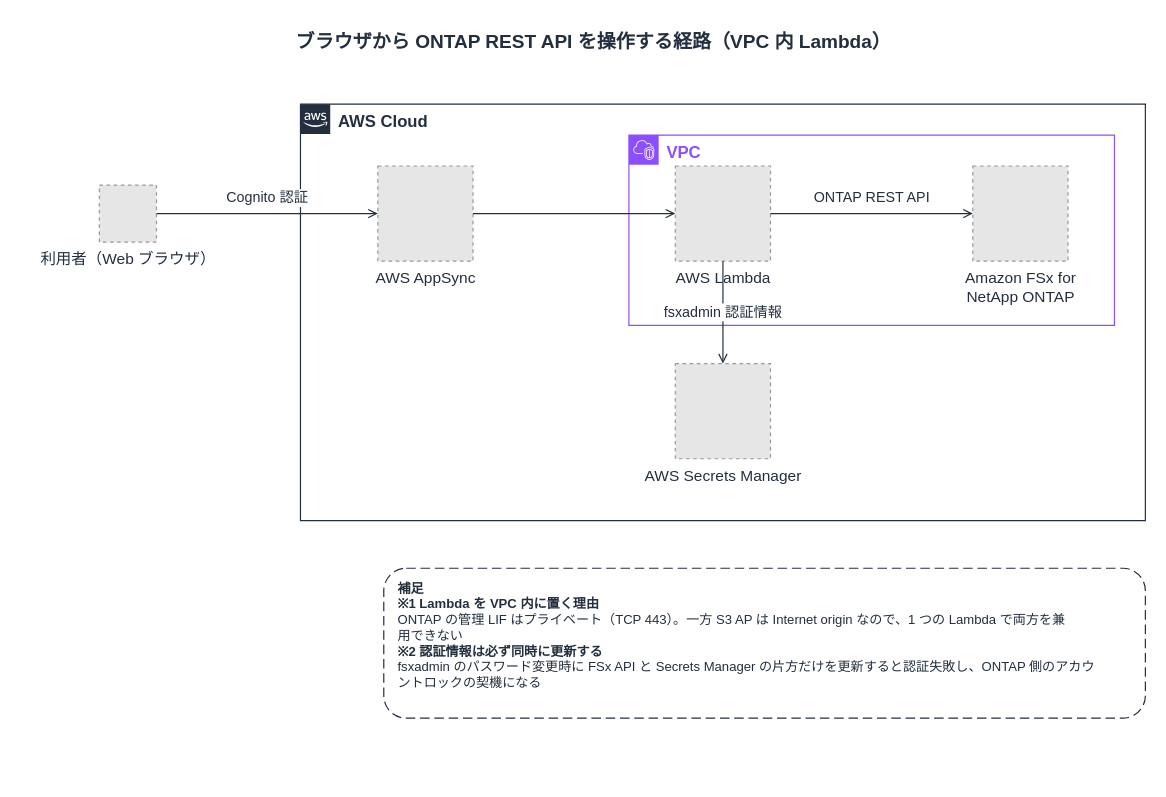
The draw.io diagram docs/diagrams/part2-ontap-rest-api-path.drawio in Yoshiki0705/FSx-for-ONTAP-S3AccessPoints-Serverless-Patterns, before the edit. Source tidied: cells renumbered, new cells numbered last; positions are measured from the earlier drawing's top-left corner, leaving out a move shared by most shapes. Both pictures are drawn from the tidied source at 119%, with x=0, y=0 at pixel (40, 20). Pictures stored in the file or linked from it are replaced by grey dashed boxes.
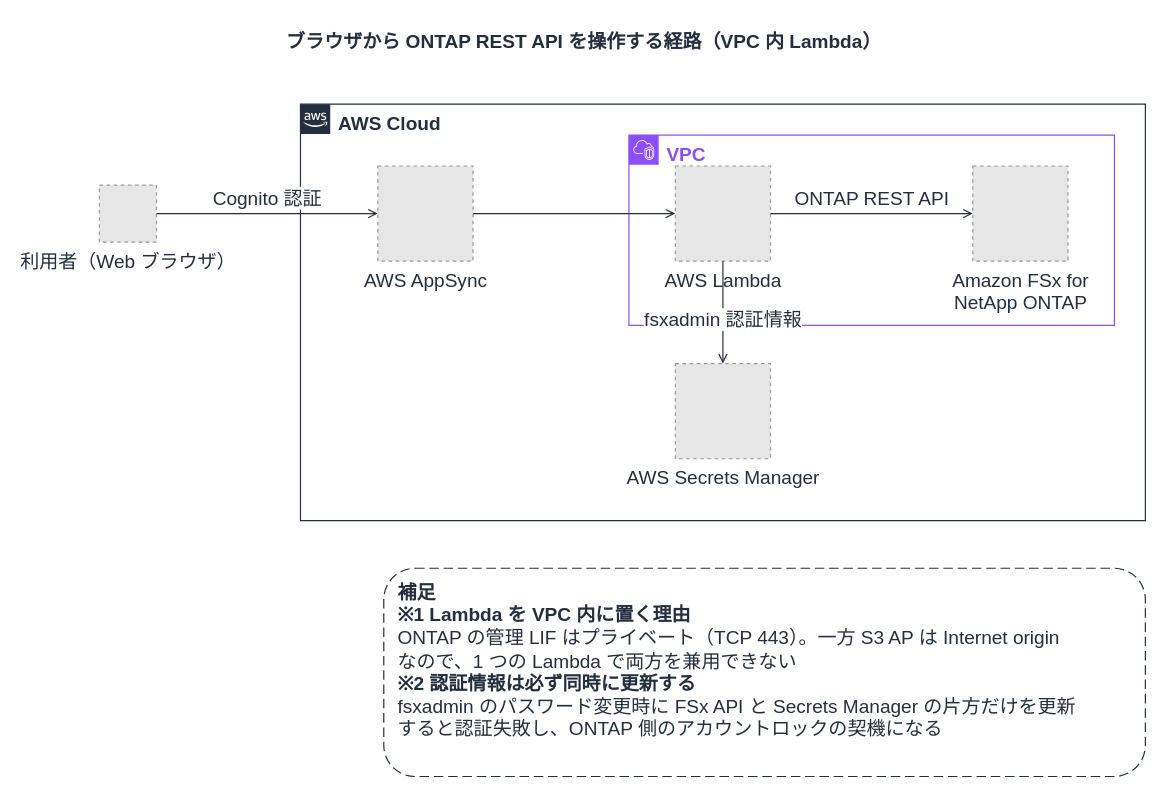
The same diagram, later.

The edit, as a diff of the source:
```diff
@@
 <mxGraphModel background="#FFFFFF">
   <root>
     <mxCell id="0" />
     <mxCell id="1" parent="0" />
     <mxCell id="2" value="ブラウザから ONTAP REST API を操作する経路（VPC 内 Lambda）" style="text;html=1;align=center;verticalAlign=middle;fontSize=16;fontStyle=1;fontColor=#232F3E;" parent="1" vertex="1">
-      <mxGeometry width="928" height="34" as="geometry" />
+      <mxGeometry x="-17" width="945" height="34" as="geometry" />
     </mxCell>
-    <mxCell id="3" value="AWS Cloud" style="gradientColor=none;html=1;whiteSpace=wrap;fontSize=14;fontStyle=1;shape=mxgraph.aws4.group;grIcon=mxgraph.aws4.group_aws_cloud_alt;strokeColor=#232F3E;fillColor=none;verticalAlign=top;align=left;spacingLeft=30;fontColor=#232F3E;dashed=0;" parent="1" vertex="1">
+    <mxCell id="3" value="AWS Cloud" style="gradientColor=none;html=1;whiteSpace=wrap;fontSize=16;fontStyle=1;shape=mxgraph.aws4.group;grIcon=mxgraph.aws4.group_aws_cloud_alt;strokeColor=#232F3E;fillColor=none;verticalAlign=top;align=left;spacingLeft=30;fontColor=#232F3E;dashed=0;" parent="1" vertex="1">
       <mxGeometry x="218" y="70" width="710" height="350" as="geometry" />
     </mxCell>
-    <mxCell id="4" value="VPC" style="gradientColor=none;html=1;whiteSpace=wrap;fontSize=14;fontStyle=1;shape=mxgraph.aws4.group;grIcon=mxgraph.aws4.group_vpc2;strokeColor=#8C4FFF;fillColor=none;verticalAlign=top;align=left;spacingLeft=30;fontColor=#8C4FFF;dashed=0;" parent="1" vertex="1">
+    <mxCell id="4" value="VPC" style="gradientColor=none;html=1;whiteSpace=wrap;fontSize=16;fontStyle=1;shape=mxgraph.aws4.group;grIcon=mxgraph.aws4.group_vpc2;strokeColor=#8C4FFF;fillColor=none;verticalAlign=top;align=left;spacingLeft=30;fontColor=#8C4FFF;dashed=0;" parent="1" vertex="1">
       <mxGeometry x="494" y="96" width="408" height="160" as="geometry" />
     </mxCell>
-    <mxCell id="5" value="利用者（Web ブラウザ）" style="fillColor=#E6E6E6;strokeColor=#999999;dashed=1;html=1;verticalLabelPosition=bottom;verticalAlign=top;labelPosition=center;align=center;fontSize=13;fontColor=#232F3E;" parent="1" vertex="1">
+    <mxCell id="5" value="利用者（Web ブラウザ）" style="fillColor=#E6E6E6;strokeColor=#999999;dashed=1;html=1;verticalLabelPosition=bottom;verticalAlign=top;labelPosition=center;align=center;fontSize=16;fontColor=#232F3E;" parent="1" vertex="1">
       <mxGeometry x="49" y="138" width="48" height="48" as="geometry" />
     </mxCell>
-    <mxCell id="6" value="AWS AppSync" style="fillColor=#E6E6E6;strokeColor=#999999;dashed=1;html=1;verticalLabelPosition=bottom;verticalAlign=top;labelPosition=center;align=center;fontSize=13;fontColor=#232F3E;" parent="1" vertex="1">
+    <mxCell id="6" value="AWS AppSync" style="fillColor=#E6E6E6;strokeColor=#999999;dashed=1;html=1;verticalLabelPosition=bottom;verticalAlign=top;labelPosition=center;align=center;fontSize=16;fontColor=#232F3E;" parent="1" vertex="1">
       <mxGeometry x="283" y="122" width="80" height="80" as="geometry" />
     </mxCell>
-    <mxCell id="7" value="AWS Lambda" style="fillColor=#E6E6E6;strokeColor=#999999;dashed=1;html=1;verticalLabelPosition=bottom;verticalAlign=top;labelPosition=center;align=center;fontSize=13;fontColor=#232F3E;" parent="1" vertex="1">
+    <mxCell id="7" value="AWS Lambda" style="fillColor=#E6E6E6;strokeColor=#999999;dashed=1;html=1;verticalLabelPosition=bottom;verticalAlign=top;labelPosition=center;align=center;fontSize=16;fontColor=#232F3E;" parent="1" vertex="1">
       <mxGeometry x="533" y="122" width="80" height="80" as="geometry" />
     </mxCell>
-    <mxCell id="8" value="AWS Secrets Manager" style="fillColor=#E6E6E6;strokeColor=#999999;dashed=1;html=1;verticalLabelPosition=bottom;verticalAlign=top;labelPosition=center;align=center;fontSize=13;fontColor=#232F3E;" parent="1" vertex="1">
+    <mxCell id="8" value="AWS Secrets Manager" style="fillColor=#E6E6E6;strokeColor=#999999;dashed=1;html=1;verticalLabelPosition=bottom;verticalAlign=top;labelPosition=center;align=center;fontSize=16;fontColor=#232F3E;" parent="1" vertex="1">
       <mxGeometry x="533" y="288" width="80" height="80" as="geometry" />
     </mxCell>
-    <mxCell id="9" value="Amazon FSx for&lt;br&gt;NetApp ONTAP" style="fillColor=#E6E6E6;strokeColor=#999999;dashed=1;html=1;verticalLabelPosition=bottom;verticalAlign=top;labelPosition=center;align=center;fontSize=13;fontColor=#232F3E;" parent="1" vertex="1">
+    <mxCell id="9" value="Amazon FSx for&lt;br&gt;NetApp ONTAP" style="fillColor=#E6E6E6;strokeColor=#999999;dashed=1;html=1;verticalLabelPosition=bottom;verticalAlign=top;labelPosition=center;align=center;fontSize=16;fontColor=#232F3E;" parent="1" vertex="1">
       <mxGeometry x="783" y="122" width="80" height="80" as="geometry" />
     </mxCell>
-    <mxCell id="10" value="Cognito 認証" style="edgeStyle=orthogonalEdgeStyle;rounded=0;jettySize=auto;html=1;endArrow=open;endFill=0;strokeColor=#232F3E;strokeWidth=1;fontSize=12;fontColor=#232F3E;labelBackgroundColor=#ffffff;" parent="1" edge="1" source="5" target="6">
+    <mxCell id="10" value="Cognito 認証" style="edgeStyle=orthogonalEdgeStyle;rounded=0;jettySize=auto;html=1;endArrow=open;endFill=0;strokeColor=#232F3E;strokeWidth=1;fontSize=16;fontColor=#232F3E;labelBackgroundColor=#ffffff;" parent="1" edge="1" source="5" target="6">
       <mxGeometry relative="1" as="geometry">
         <mxPoint y="-13" as="offset" />
       </mxGeometry>
     </mxCell>
-    <mxCell id="11" style="edgeStyle=orthogonalEdgeStyle;rounded=0;jettySize=auto;html=1;endArrow=open;endFill=0;strokeColor=#232F3E;strokeWidth=1;fontSize=12;fontColor=#232F3E;labelBackgroundColor=#ffffff;" parent="1" edge="1" source="6" target="7">
+    <mxCell id="11" style="edgeStyle=orthogonalEdgeStyle;rounded=0;jettySize=auto;html=1;endArrow=open;endFill=0;strokeColor=#232F3E;strokeWidth=1;fontSize=16;fontColor=#232F3E;labelBackgroundColor=#ffffff;" parent="1" edge="1" source="6" target="7">
       <mxGeometry relative="1" as="geometry" />
     </mxCell>
-    <mxCell id="12" value="fsxadmin 認証情報" style="edgeStyle=orthogonalEdgeStyle;rounded=0;jettySize=auto;html=1;endArrow=open;endFill=0;strokeColor=#232F3E;strokeWidth=1;fontSize=12;fontColor=#232F3E;labelBackgroundColor=#ffffff;" parent="1" edge="1" source="7" target="8">
-      <mxGeometry relative="1" as="geometry" />
+    <mxCell id="12" value="fsxadmin 認証情報" style="edgeStyle=orthogonalEdgeStyle;rounded=0;jettySize=auto;html=1;endArrow=open;endFill=0;strokeColor=#232F3E;strokeWidth=1;fontSize=16;fontColor=#232F3E;labelBackgroundColor=#ffffff;" parent="1" edge="1" source="7" target="8">
+      <mxGeometry relative="1" as="geometry">
+        <mxPoint y="6" as="offset" />
+      </mxGeometry>
     </mxCell>
-    <mxCell id="13" value="ONTAP REST API" style="edgeStyle=orthogonalEdgeStyle;rounded=0;jettySize=auto;html=1;endArrow=open;endFill=0;strokeColor=#232F3E;strokeWidth=1;fontSize=12;fontColor=#232F3E;labelBackgroundColor=#ffffff;" parent="1" edge="1" source="7" target="9">
+    <mxCell id="13" value="ONTAP REST API" style="edgeStyle=orthogonalEdgeStyle;rounded=0;jettySize=auto;html=1;endArrow=open;endFill=0;strokeColor=#232F3E;strokeWidth=1;fontSize=16;fontColor=#232F3E;labelBackgroundColor=#ffffff;" parent="1" edge="1" source="7" target="9">
       <mxGeometry relative="1" as="geometry">
         <mxPoint y="-13" as="offset" />
       </mxGeometry>
     </mxCell>
-    <mxCell id="14" value="&lt;b&gt;補足&lt;/b&gt;&lt;br&gt;&lt;b&gt;※1 Lambda を VPC 内に置く理由&lt;/b&gt;&lt;br&gt;ONTAP の管理 LIF はプライベート（TCP 443）。一方 S3 AP は Internet origin なので、1 つの Lambda で両方を兼&lt;br&gt;用できない&lt;br&gt;&lt;b&gt;※2 認証情報は必ず同時に更新する&lt;/b&gt;&lt;br&gt;fsxadmin のパスワード変更時に FSx API と Secrets Manager の片方だけを更新すると認証失敗し、ONTAP 側のアカウ&lt;br&gt;ントロックの契機になる" style="rounded=1;whiteSpace=wrap;html=1;dashed=1;dashPattern=8 4;strokeColor=#232F3E;fillColor=#FFFFFF;align=left;verticalAlign=top;spacingLeft=10;spacingTop=4;fontSize=11;fontColor=#232F3E;" parent="1" vertex="1">
-      <mxGeometry x="288" y="460" width="640" height="126" as="geometry" />
+    <mxCell id="14" value="&lt;b&gt;補足&lt;/b&gt;&lt;br&gt;&lt;b&gt;※1 Lambda を VPC 内に置く理由&lt;/b&gt;&lt;br&gt;ONTAP の管理 LIF はプライベート（TCP 443）。一方 S3 AP は Internet origin&lt;br&gt;なので、1 つの Lambda で両方を兼用できない&lt;br&gt;&lt;b&gt;※2 認証情報は必ず同時に更新する&lt;/b&gt;&lt;br&gt;fsxadmin のパスワード変更時に FSx API と Secrets Manager の片方だけを更新&lt;br&gt;すると認証失敗し、ONTAP 側のアカウントロックの契機になる" style="rounded=1;whiteSpace=wrap;html=1;dashed=1;dashPattern=8 4;strokeColor=#232F3E;fillColor=#FFFFFF;align=left;verticalAlign=top;spacingLeft=10;spacingTop=4;fontSize=16;fontColor=#232F3E;" parent="1" vertex="1">
+      <mxGeometry x="288" y="460" width="640" height="175" as="geometry" />
     </mxCell>
   </root>
 </mxGraphModel>
```
